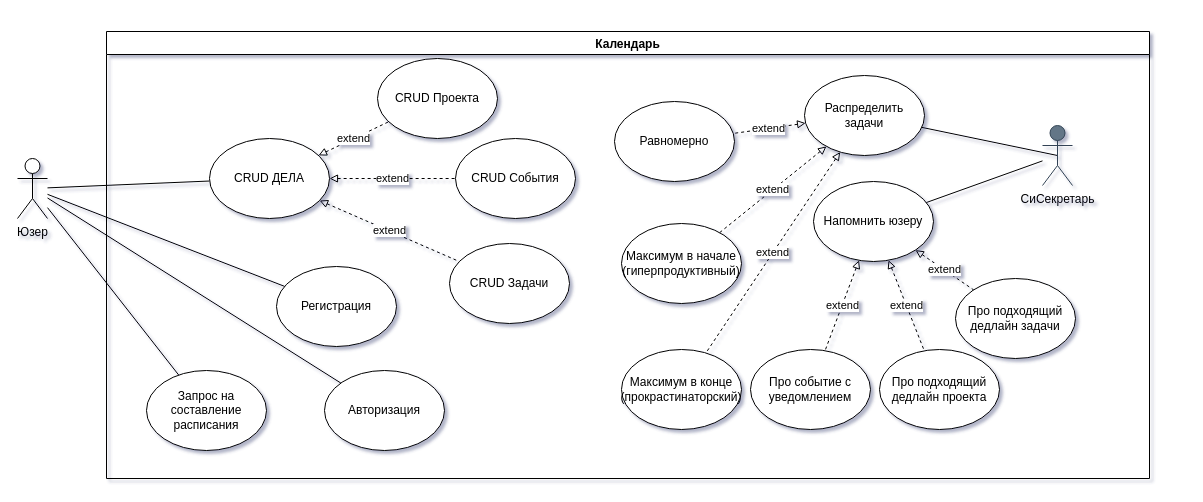
Earlier version of the draw.io diagram ProjFiles/UseCase.drawio (eukuz/ChadWebCalendar). Source tidied: cells renumbered, new cells numbered last; positions are measured from the earlier drawing's top-left corner, leaving out a move shared by most shapes. Both pictures are drawn from the tidied source at 100%, with x=0, y=0 at pixel (17, 31).
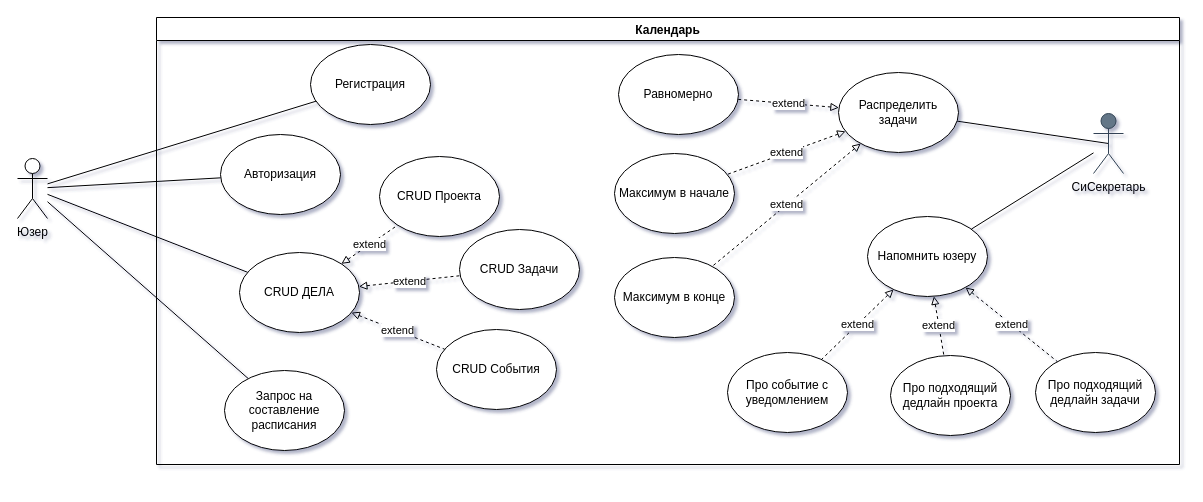
The same diagram, later.

Commit message (it also covers changes not shown here):
Updated UseCase Diagram

What changed in the source:
```diff
@@
     <mxCell id="5" value="Календарь" style="swimlane;fontColor=#000000;" parent="1" vertex="1">
-      <mxGeometry x="89" width="1043" height="447" as="geometry" />
+      <mxGeometry x="139" y="-14" width="1023" height="447" as="geometry" />
     </mxCell>
@@
     <mxCell id="7" value="СиСекретарь" style="shape=umlActor;verticalLabelPosition=bottom;verticalAlign=top;html=1;outlineConnect=0;fillColor=#647687;strokeColor=#314354;fontColor=#000000;" parent="5" vertex="1">
-      <mxGeometry x="936" y="94" width="30" height="60" as="geometry" />
+      <mxGeometry x="937" y="96" width="30" height="60" as="geometry" />
     </mxCell>
     <mxCell id="8" value="CRUD События" style="ellipse;whiteSpace=wrap;html=1;" parent="5" vertex="1">
-      <mxGeometry x="349" y="107" width="120" height="80" as="geometry" />
+      <mxGeometry x="280" y="312" width="120" height="80" as="geometry" />
     </mxCell>
     <mxCell id="9" value="&lt;div&gt;CRUD Задачи&lt;/div&gt;" style="ellipse;whiteSpace=wrap;html=1;" parent="5" vertex="1">
-      <mxGeometry x="343" y="212" width="120" height="80" as="geometry" />
+      <mxGeometry x="303" y="212" width="120" height="80" as="geometry" />
     </mxCell>
@@
     <mxCell id="11" value="CRUD ДЕЛА" style="ellipse;whiteSpace=wrap;html=1;" parent="5" vertex="1">
-      <mxGeometry x="103" y="107" width="120" height="80" as="geometry" />
+      <mxGeometry x="83" y="235" width="120" height="80" as="geometry" />
     </mxCell>
     <mxCell id="12" value="Равномерно" style="ellipse;whiteSpace=wrap;html=1;" parent="5" vertex="1">
-      <mxGeometry x="508" y="70" width="120" height="80" as="geometry" />
+      <mxGeometry x="462" y="37" width="120" height="80" as="geometry" />
     </mxCell>
-    <mxCell id="13" value="&lt;div&gt;Максимум в начале&lt;/div&gt;&lt;div&gt;(гиперпродуктивный)&lt;br&gt;&lt;span&gt;&lt;span&gt;&lt;/span&gt;&lt;/span&gt;&lt;/div&gt;" style="ellipse;whiteSpace=wrap;html=1;" parent="5" vertex="1">
-      <mxGeometry x="515" y="192" width="120" height="80" as="geometry" />
+    <mxCell id="13" value="&lt;div&gt;Максимум в начале&lt;/div&gt;&lt;div&gt;&lt;span&gt;&lt;span&gt;&lt;/span&gt;&lt;/span&gt;&lt;/div&gt;" style="ellipse;whiteSpace=wrap;html=1;" parent="5" vertex="1">
+      <mxGeometry x="458" y="136" width="120" height="80" as="geometry" />
     </mxCell>
@@
     <mxCell id="15" value="&lt;div&gt;Распределить задачи&lt;/div&gt;" style="ellipse;whiteSpace=wrap;html=1;" parent="5" vertex="1">
-      <mxGeometry x="698" y="44" width="120" height="80" as="geometry" />
+      <mxGeometry x="682" y="55" width="120" height="80" as="geometry" />
     </mxCell>
-    <mxCell id="16" value="Максимум в конце (прокрастинаторский)" style="ellipse;whiteSpace=wrap;html=1;" parent="5" vertex="1">
-      <mxGeometry x="515" y="318" width="120" height="80" as="geometry" />
+    <mxCell id="16" value="Максимум в конце" style="ellipse;whiteSpace=wrap;html=1;" parent="5" vertex="1">
+      <mxGeometry x="458" y="240" width="120" height="80" as="geometry" />
     </mxCell>
@@
     <mxCell id="18" value="&lt;div&gt;Авторизация&lt;/div&gt;" style="ellipse;whiteSpace=wrap;html=1;" parent="5" vertex="1">
-      <mxGeometry x="218" y="339" width="120" height="80" as="geometry" />
+      <mxGeometry x="64" y="117" width="120" height="80" as="geometry" />
     </mxCell>
@@
     <mxCell id="21" value="Напомнить юзеру" style="ellipse;whiteSpace=wrap;html=1;" parent="5" vertex="1">
-      <mxGeometry x="707" y="150" width="120" height="80" as="geometry" />
+      <mxGeometry x="711" y="199" width="120" height="80" as="geometry" />
     </mxCell>
@@
     <mxCell id="23" value="Про событие с уведомлением" style="ellipse;whiteSpace=wrap;html=1;" parent="5" vertex="1">
-      <mxGeometry x="644" y="318" width="120" height="80" as="geometry" />
+      <mxGeometry x="571" y="335" width="120" height="80" as="geometry" />
     </mxCell>
@@
     <mxCell id="25" value="Про подходящий дедлайн задачи" style="ellipse;whiteSpace=wrap;html=1;" parent="5" vertex="1">
-      <mxGeometry x="849" y="247" width="120" height="80" as="geometry" />
+      <mxGeometry x="879" y="335" width="120" height="80" as="geometry" />
     </mxCell>
@@
     <mxCell id="27" value="Регистрация" style="ellipse;whiteSpace=wrap;html=1;" parent="5" vertex="1">
-      <mxGeometry x="170" y="235" width="120" height="80" as="geometry" />
+      <mxGeometry x="154" y="27" width="120" height="80" as="geometry" />
     </mxCell>
     <mxCell id="28" value="Запрос на составление расписания" style="ellipse;whiteSpace=wrap;html=1;" parent="5" vertex="1">
-      <mxGeometry x="40" y="339" width="120" height="80" as="geometry" />
+      <mxGeometry x="68" y="353" width="120" height="80" as="geometry" />
     </mxCell>
     <mxCell id="29" value="Про подходящий дедлайн проекта" style="ellipse;whiteSpace=wrap;html=1;" parent="5" vertex="1">
-      <mxGeometry x="773" y="318" width="120" height="80" as="geometry" />
+      <mxGeometry x="734" y="338" width="120" height="80" as="geometry" />
     </mxCell>
@@
     <mxCell id="31" value="CRUD Проекта" style="ellipse;whiteSpace=wrap;html=1;" parent="5" vertex="1">
-      <mxGeometry x="271" y="27" width="120" height="80" as="geometry" />
+      <mxGeometry x="223" y="139" width="120" height="80" as="geometry" />
     </mxCell>
```
